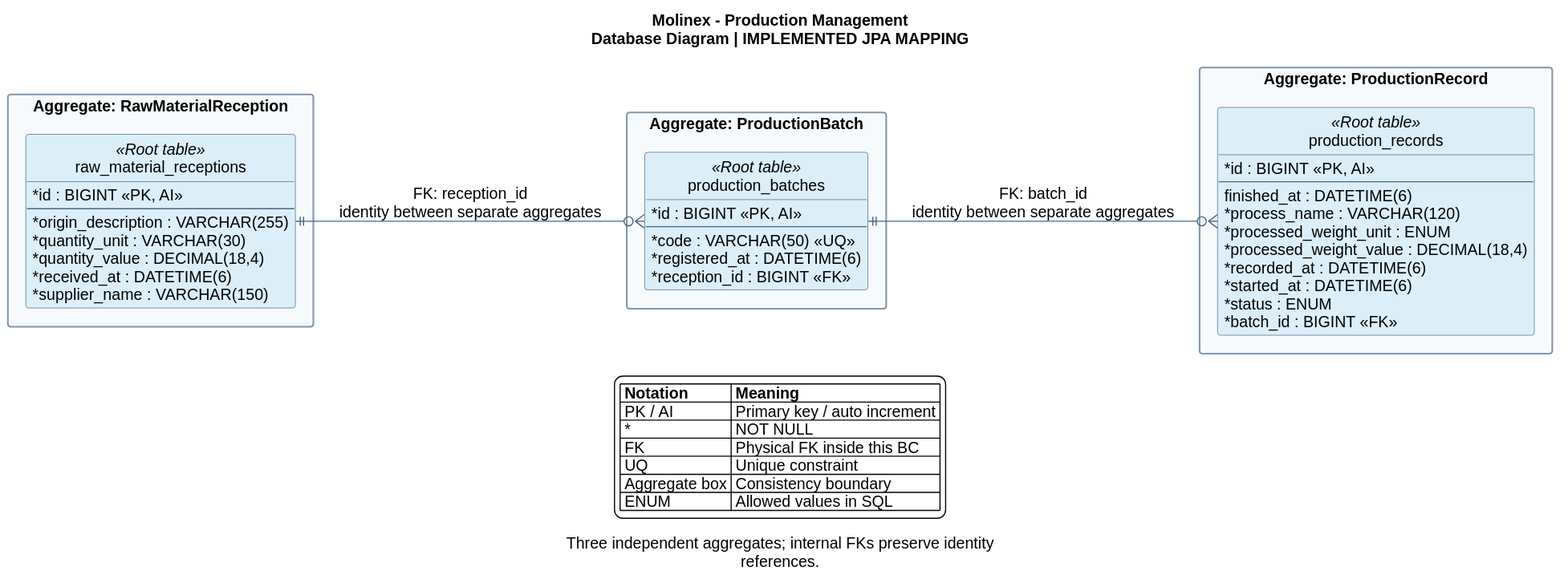
Vanguard-open-source/molinex-report keeps this PlantUML diagram as assets/Images Chapter 4/Database Design/Database Diagrams/production-management-database.svg. Above is the earlier version. Source of this version:
```plantuml
@startuml
left to right direction
hide circle
hide methods
skinparam backgroundColor #FFFFFF
skinparam shadowing false
skinparam defaultFontName Arial
skinparam defaultFontSize 14
skinparam classAttributeIconSize 0
skinparam packageStyle rectangle
skinparam ArrowColor #486581
skinparam nodesep 50
skinparam ranksep 75
skinparam classBorderColor #486581
skinparam packageBorderColor #8296A8
title Molinex - Production Management\nDatabase Diagram | IMPLEMENTED JPA MAPPING
caption
Three independent aggregates; internal FKs preserve identity
references.
endcaption
package "Aggregate: RawMaterialReception" as aggregate_0 #F7FAFC {
entity "raw_material_receptions" as raw_material_receptions <<Root table>> #DCEEF8 {
  * id : BIGINT <<PK, AI>>
  --
  * origin_description : VARCHAR(255)
  * quantity_unit : VARCHAR(30)
  * quantity_value : DECIMAL(18,4)
  * received_at : DATETIME(6)
  * supplier_name : VARCHAR(150)
}
}
package "Aggregate: ProductionBatch" as aggregate_1 #F7FAFC {
entity "production_batches" as production_batches <<Root table>> #DCEEF8 {
  * id : BIGINT <<PK, AI>>
  --
  * code : VARCHAR(50) <<UQ>>
  * registered_at : DATETIME(6)
  * reception_id : BIGINT <<FK>>
}
}
package "Aggregate: ProductionRecord" as aggregate_2 #F7FAFC {
entity "production_records" as production_records <<Root table>> #DCEEF8 {
  * id : BIGINT <<PK, AI>>
  --
  finished_at : DATETIME(6)
  * process_name : VARCHAR(120)
  * processed_weight_unit : ENUM
  * processed_weight_value : DECIMAL(18,4)
  * recorded_at : DATETIME(6)
  * started_at : DATETIME(6)
  * status : ENUM
  * batch_id : BIGINT <<FK>>
}
}
raw_material_receptions ||--o{ production_batches : FK: reception_id\nidentity between separate aggregates
production_batches ||--o{ production_records : FK: batch_id\nidentity between separate aggregates
legend bottom
|= Notation |= Meaning |
| PK / AI | Primary key / auto increment |
| * | NOT NULL |
| FK | Physical FK inside this BC |
| UQ | Unique constraint |
| Aggregate box | Consistency boundary |
| ENUM | Allowed values in SQL |
endlegend
@enduml
```
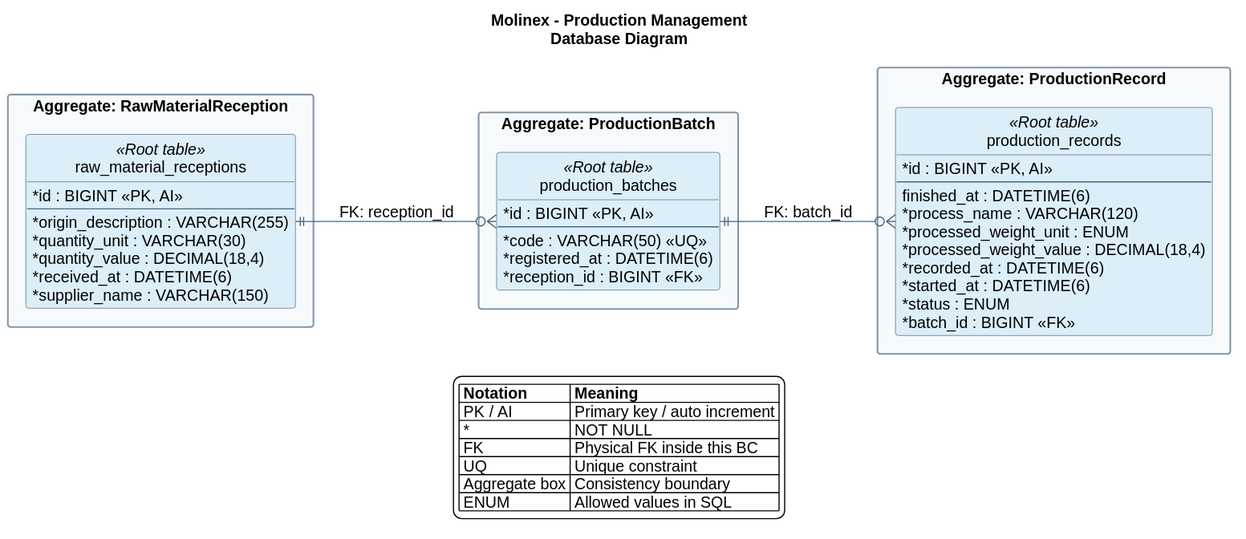
The same file after the commit.

Change to the diagram source:
```diff
@@ -13,11 +13,7 @@
 skinparam ranksep 75
 skinparam classBorderColor #486581
 skinparam packageBorderColor #8296A8
-title Molinex - Production Management\nDatabase Diagram | IMPLEMENTED JPA MAPPING
-caption
-Three independent aggregates; internal FKs preserve identity
-references.
-endcaption
+title Molinex - Production Management\nDatabase Diagram
 package "Aggregate: RawMaterialReception" as aggregate_0 #F7FAFC {
 entity "raw_material_receptions" as raw_material_receptions <<Root table>> #DCEEF8 {
   * id : BIGINT <<PK, AI>>
@@ -52,8 +48,8 @@
   * batch_id : BIGINT <<FK>>
 }
 }
-raw_material_receptions ||--o{ production_batches : FK: reception_id\nidentity between separate aggregates
-production_batches ||--o{ production_records : FK: batch_id\nidentity between separate aggregates
+raw_material_receptions ||--o{ production_batches : FK: reception_id
+production_batches ||--o{ production_records : FK: batch_id
 legend bottom
 |= Notation |= Meaning |
 | PK / AI | Primary key / auto increment |
```
